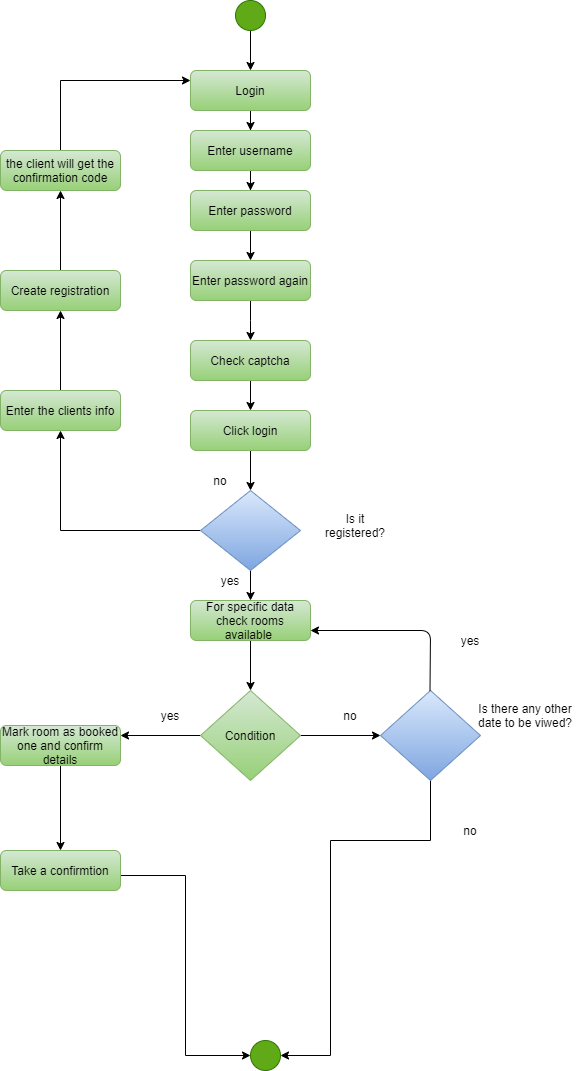
Sonja17/Hotel-Management-System keeps this draw.io diagram as Diagrams/Activity Diagram/rooms.png. Above is the earlier version. Source tidied: cells renumbered, new cells last; positions are measured from the earlier drawing's top-left corner, leaving out a move shared by most shapes.
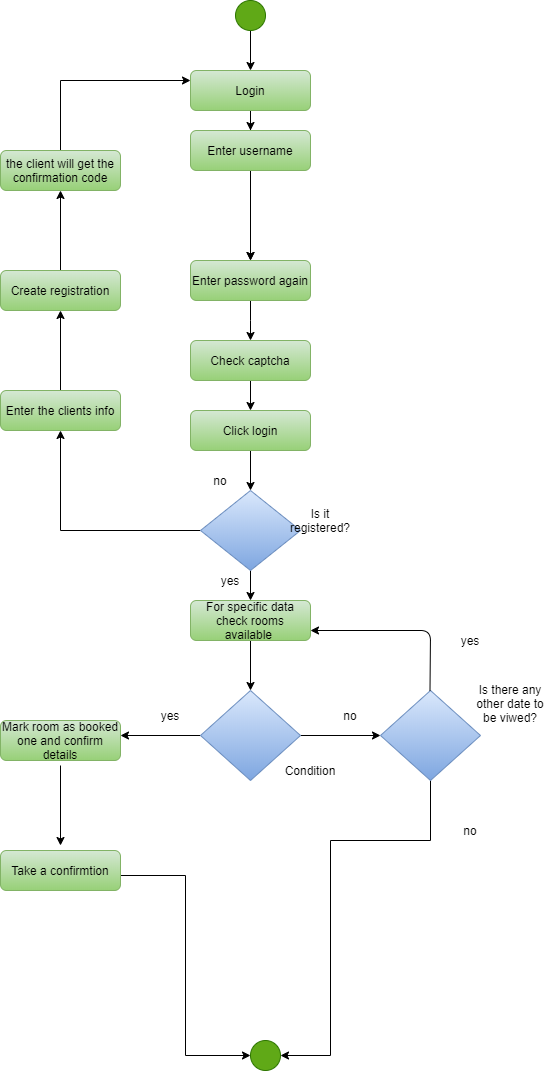
The same diagram one commit later.

What changed in the source:
```diff
@@ -10,22 +10,18 @@
     <mxCell id="3" value="Login" style="rounded=1;whiteSpace=wrap;html=1;fontSize=12;glass=0;strokeWidth=1;shadow=0;fillColor=#d5e8d4;strokeColor=#82b366;gradientColor=#97d077;" parent="1" vertex="1">
       <mxGeometry x="190" y="70" width="120" height="40" as="geometry" />
     </mxCell>
-    <mxCell id="4" style="edgeStyle=orthogonalEdgeStyle;rounded=0;jettySize=auto;html=1;" parent="1" edge="1" source="5">
-      <mxGeometry relative="1" as="geometry">
-        <mxPoint x="250" y="190" as="targetPoint" />
-      </mxGeometry>
+    <mxCell id="4" style="edgeStyle=orthogonalEdgeStyle;rounded=0;jettySize=auto;html=1;entryX=0.5;entryY=0;entryDx=0;entryDy=0;" parent="1" edge="1" source="5" target="9">
+      <mxGeometry relative="1" as="geometry" />
     </mxCell>
     <mxCell id="5" value="Enter username" style="rounded=1;whiteSpace=wrap;html=1;fontSize=12;glass=0;strokeWidth=1;shadow=0;fillColor=#d5e8d4;strokeColor=#82b366;gradientColor=#97d077;" parent="1" vertex="1">
       <mxGeometry x="190" y="130" width="120" height="40" as="geometry" />
     </mxCell>
-    <mxCell id="6" style="edgeStyle=orthogonalEdgeStyle;rounded=0;jettySize=auto;html=1;" parent="1" edge="1" source="7">
+    <mxCell id="6" style="edgeStyle=orthogonalEdgeStyle;rounded=0;orthogonalLoop=1;jettySize=auto;html=1;" parent="1" edge="1">
       <mxGeometry relative="1" as="geometry">
+        <mxPoint x="250" y="230" as="sourcePoint" />
         <mxPoint x="250" y="260" as="targetPoint" />
       </mxGeometry>
     </mxCell>
-    <mxCell id="7" value="Enter password" style="rounded=1;whiteSpace=wrap;html=1;fontSize=12;glass=0;strokeWidth=1;shadow=0;fillColor=#d5e8d4;strokeColor=#82b366;gradientColor=#97d077;" parent="1" vertex="1">
-      <mxGeometry x="190" y="190" width="120" height="40" as="geometry" />
-    </mxCell>
     <mxCell id="8" style="edgeStyle=orthogonalEdgeStyle;rounded=0;jettySize=auto;html=1;" parent="1" edge="1" source="9">
       <mxGeometry relative="1" as="geometry">
         <mxPoint x="250" y="340" as="targetPoint" />
@@ -65,7 +61,7 @@
     <mxCell id="15" style="rhombus;whiteSpace=wrap;html=1;fillColor=#dae8fc;strokeColor=#6c8ebf;gradientColor=#7ea6e0;" parent="1" vertex="1">
       <mxGeometry x="200" y="490" width="100" height="80" as="geometry" />
     </mxCell>
-    <mxCell id="16" style="edgeStyle=orthogonalEdgeStyle;rounded=0;jettySize=auto;html=1;exitX=0.5;exitY=1;exitDx=0;exitDy=0;" parent="1" edge="1" source="43">
+    <mxCell id="16" style="edgeStyle=orthogonalEdgeStyle;rounded=0;jettySize=auto;html=1;" parent="1" edge="1" source="43">
       <mxGeometry relative="1" as="geometry">
         <mxPoint x="250" y="690" as="targetPoint" />
       </mxGeometry>
@@ -78,7 +74,7 @@
         <mxPoint x="120" y="735" as="targetPoint" />
       </mxGeometry>
     </mxCell>
-    <mxCell id="19" value="Condition" style="rhombus;whiteSpace=wrap;html=1;fillColor=#d5e8d4;strokeColor=#82b366;gradientColor=#97d077;" parent="1" vertex="1">
+    <mxCell id="19" style="rhombus;whiteSpace=wrap;html=1;fillColor=#dae8fc;strokeColor=#6c8ebf;gradientColor=#7ea6e0;" parent="1" vertex="1">
       <mxGeometry x="200" y="690" width="100" height="90" as="geometry" />
     </mxCell>
     <mxCell id="20" style="edgeStyle=orthogonalEdgeStyle;rounded=0;jettySize=auto;html=1;entryX=1;entryY=0.5;entryDx=0;entryDy=0;" parent="1" edge="1" source="21" target="32">
@@ -105,9 +101,10 @@
         </Array>
       </mxGeometry>
     </mxCell>
-    <mxCell id="24" style="edgeStyle=orthogonalEdgeStyle;rounded=0;jettySize=auto;html=1;entryX=0.5;entryY=0;entryDx=0;entryDy=0;" parent="1" edge="1" target="45">
+    <mxCell id="24" style="edgeStyle=orthogonalEdgeStyle;rounded=0;orthogonalLoop=1;jettySize=auto;html=1;" parent="1" edge="1">
       <mxGeometry relative="1" as="geometry">
         <mxPoint x="60" y="765" as="sourcePoint" />
+        <mxPoint x="60" y="845" as="targetPoint" />
       </mxGeometry>
     </mxCell>
     <mxCell id="25" style="edgeStyle=orthogonalEdgeStyle;rounded=0;jettySize=auto;html=1;entryX=0;entryY=0.5;entryDx=0;entryDy=0;" parent="1" edge="1" target="32">
@@ -164,17 +161,20 @@
     <mxCell id="40" value="the client will get the confirmation code" style="rounded=1;whiteSpace=wrap;html=1;fillColor=#d5e8d4;strokeColor=#82b366;gradientColor=#97d077;" parent="1" vertex="1">
       <mxGeometry y="150" width="120" height="40" as="geometry" />
     </mxCell>
+    <mxCell id="42" value="Is it registered?" style="text;html=1;strokeColor=none;fillColor=none;align=center;verticalAlign=middle;whiteSpace=wrap;rounded=0;" parent="1" vertex="1">
+      <mxGeometry x="300" y="510" width="40" height="20" as="geometry" />
+    </mxCell>
     <mxCell id="41" value="Is there any other date to be viwed?" style="text;html=1;strokeColor=none;fillColor=none;align=center;verticalAlign=middle;whiteSpace=wrap;rounded=0;" parent="1" vertex="1">
-      <mxGeometry x="470" y="680" width="110" height="70" as="geometry" />
+      <mxGeometry x="470" y="680" width="80" height="45" as="geometry" />
     </mxCell>
-    <mxCell id="42" value="Is it registered?" style="text;html=1;strokeColor=none;fillColor=none;align=center;verticalAlign=middle;whiteSpace=wrap;rounded=0;" parent="1" vertex="1">
-      <mxGeometry x="320" y="510" width="70" height="30" as="geometry" />
-    </mxCell>
+    <mxCell id="46" value="Condition" style="text;html=1;strokeColor=none;fillColor=none;align=center;verticalAlign=middle;whiteSpace=wrap;rounded=0;" parent="1" vertex="1">
+      <mxGeometry x="290" y="760" width="40" height="20" as="geometry" />
+    </mxCell>
     <mxCell id="43" value="For specific data check rooms available&amp;nbsp;" style="rounded=1;whiteSpace=wrap;html=1;fontSize=12;glass=0;strokeWidth=1;shadow=0;fillColor=#d5e8d4;strokeColor=#82b366;gradientColor=#97d077;" parent="1" vertex="1">
       <mxGeometry x="190" y="600" width="120" height="40" as="geometry" />
     </mxCell>
     <mxCell id="44" value="Mark room as booked one and confirm details" style="rounded=1;whiteSpace=wrap;html=1;fontSize=12;glass=0;strokeWidth=1;shadow=0;fillColor=#d5e8d4;strokeColor=#82b366;gradientColor=#97d077;" parent="1" vertex="1">
-      <mxGeometry y="725" width="120" height="40" as="geometry" />
+      <mxGeometry y="720" width="120" height="40" as="geometry" />
     </mxCell>
     <mxCell id="45" value="Take a confirmtion" style="rounded=1;whiteSpace=wrap;html=1;fontSize=12;glass=0;strokeWidth=1;shadow=0;fillColor=#d5e8d4;strokeColor=#82b366;gradientColor=#97d077;" parent="1" vertex="1">
       <mxGeometry y="850" width="120" height="40" as="geometry" />
```
